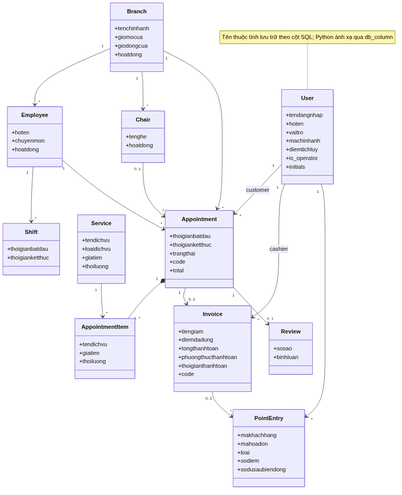
Before: docs/diagrams/07-domain-class.png, a diagram exported from Mermaid (tunato2807-del/ptpmhdtuong). Its source is kept beside it as docs/diagrams/07-domain-class.mmd.
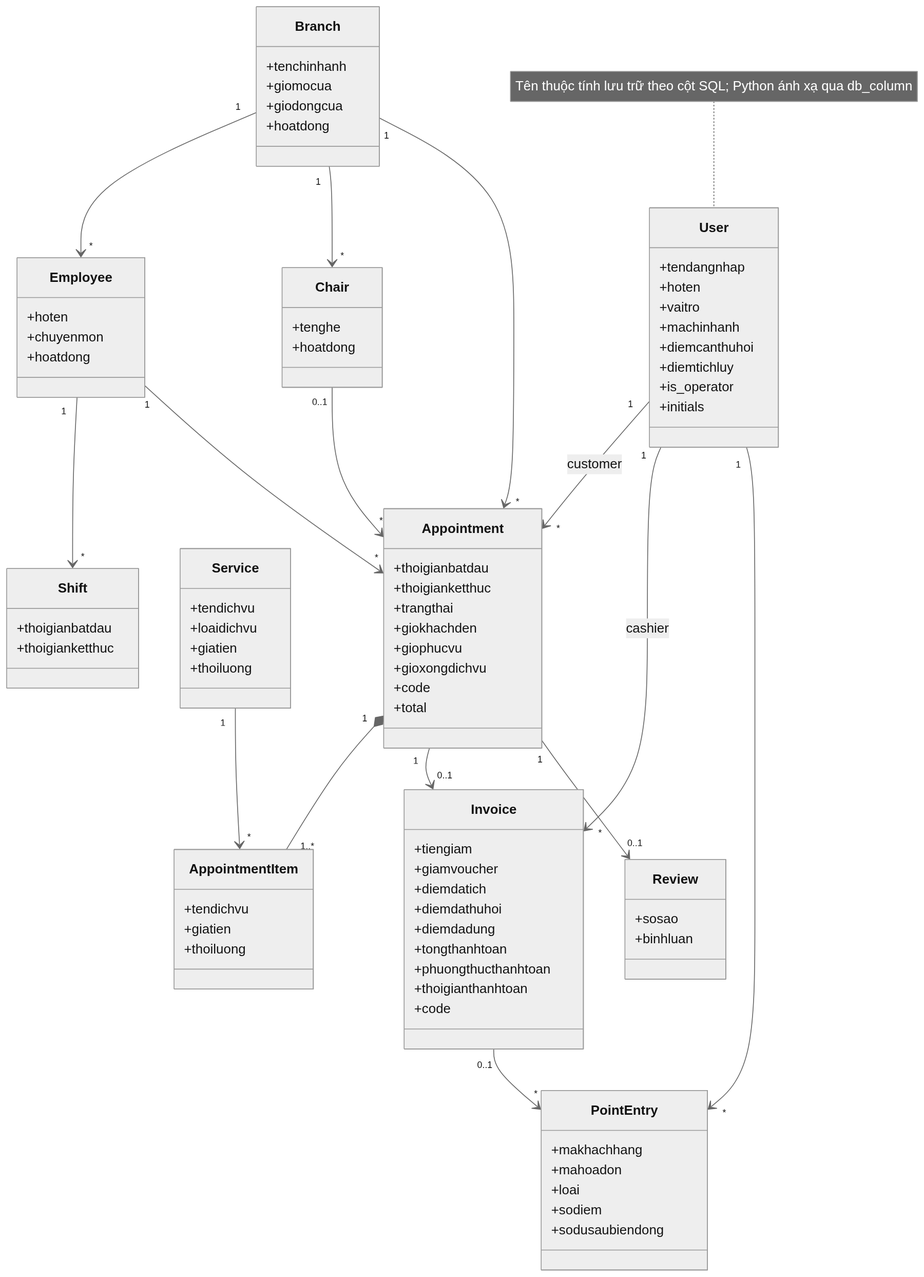
The same file after the commit.

What changed in the source:
```diff
@@ -4,6 +4,7 @@
     +hoten
     +vaitro
     +machinhanh
+    +diemcanthuhoi
     +diemtichluy
     +is_operator
     +initials
@@ -37,6 +38,9 @@
     +thoigianbatdau
     +thoigianketthuc
     +trangthai
+    +giokhachden
+    +giophucvu
+    +gioxongdichvu
     +code
     +total
   }
@@ -47,6 +51,9 @@
   }
   class Invoice {
     +tiengiam
+    +giamvoucher
+    +diemdatich
+    +diemdathuhoi
     +diemdadung
     +tongthanhtoan
     +phuongthucthanhtoan
```
